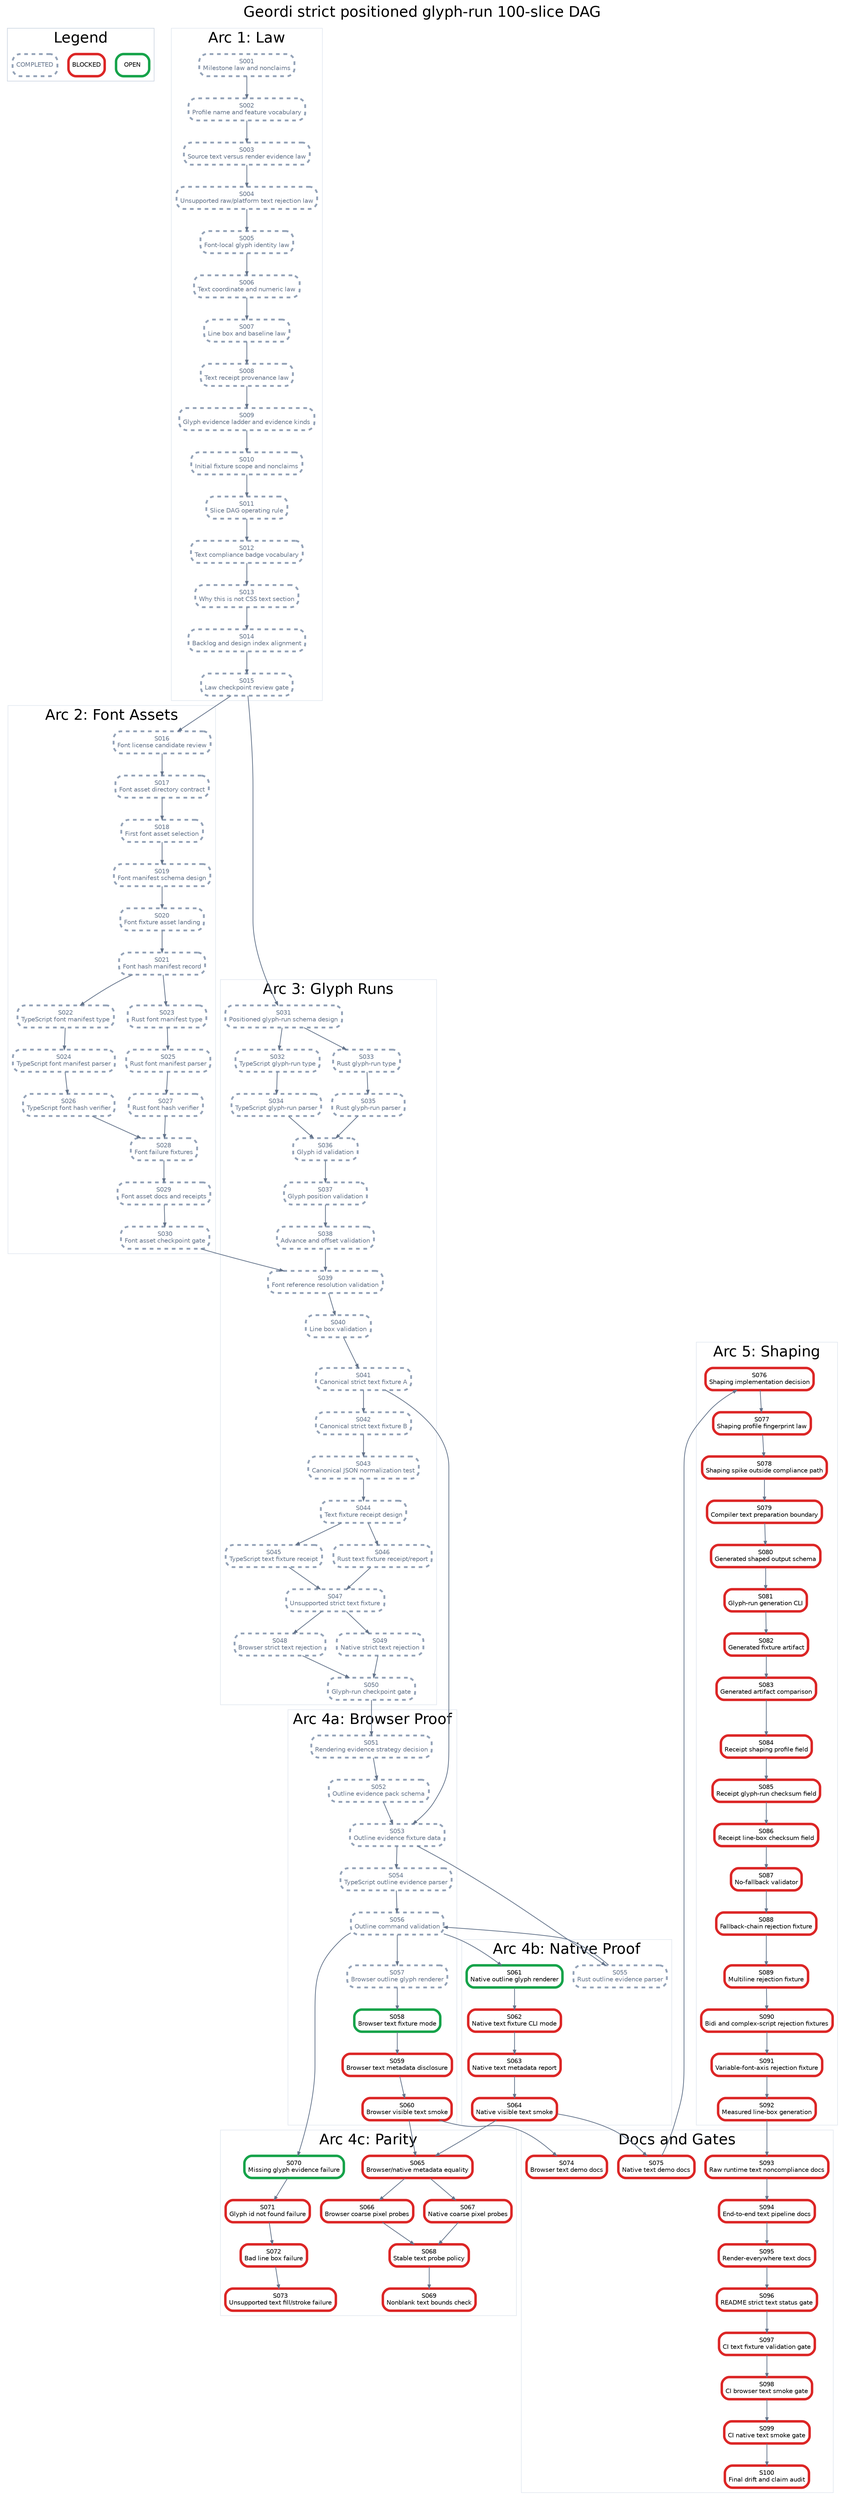
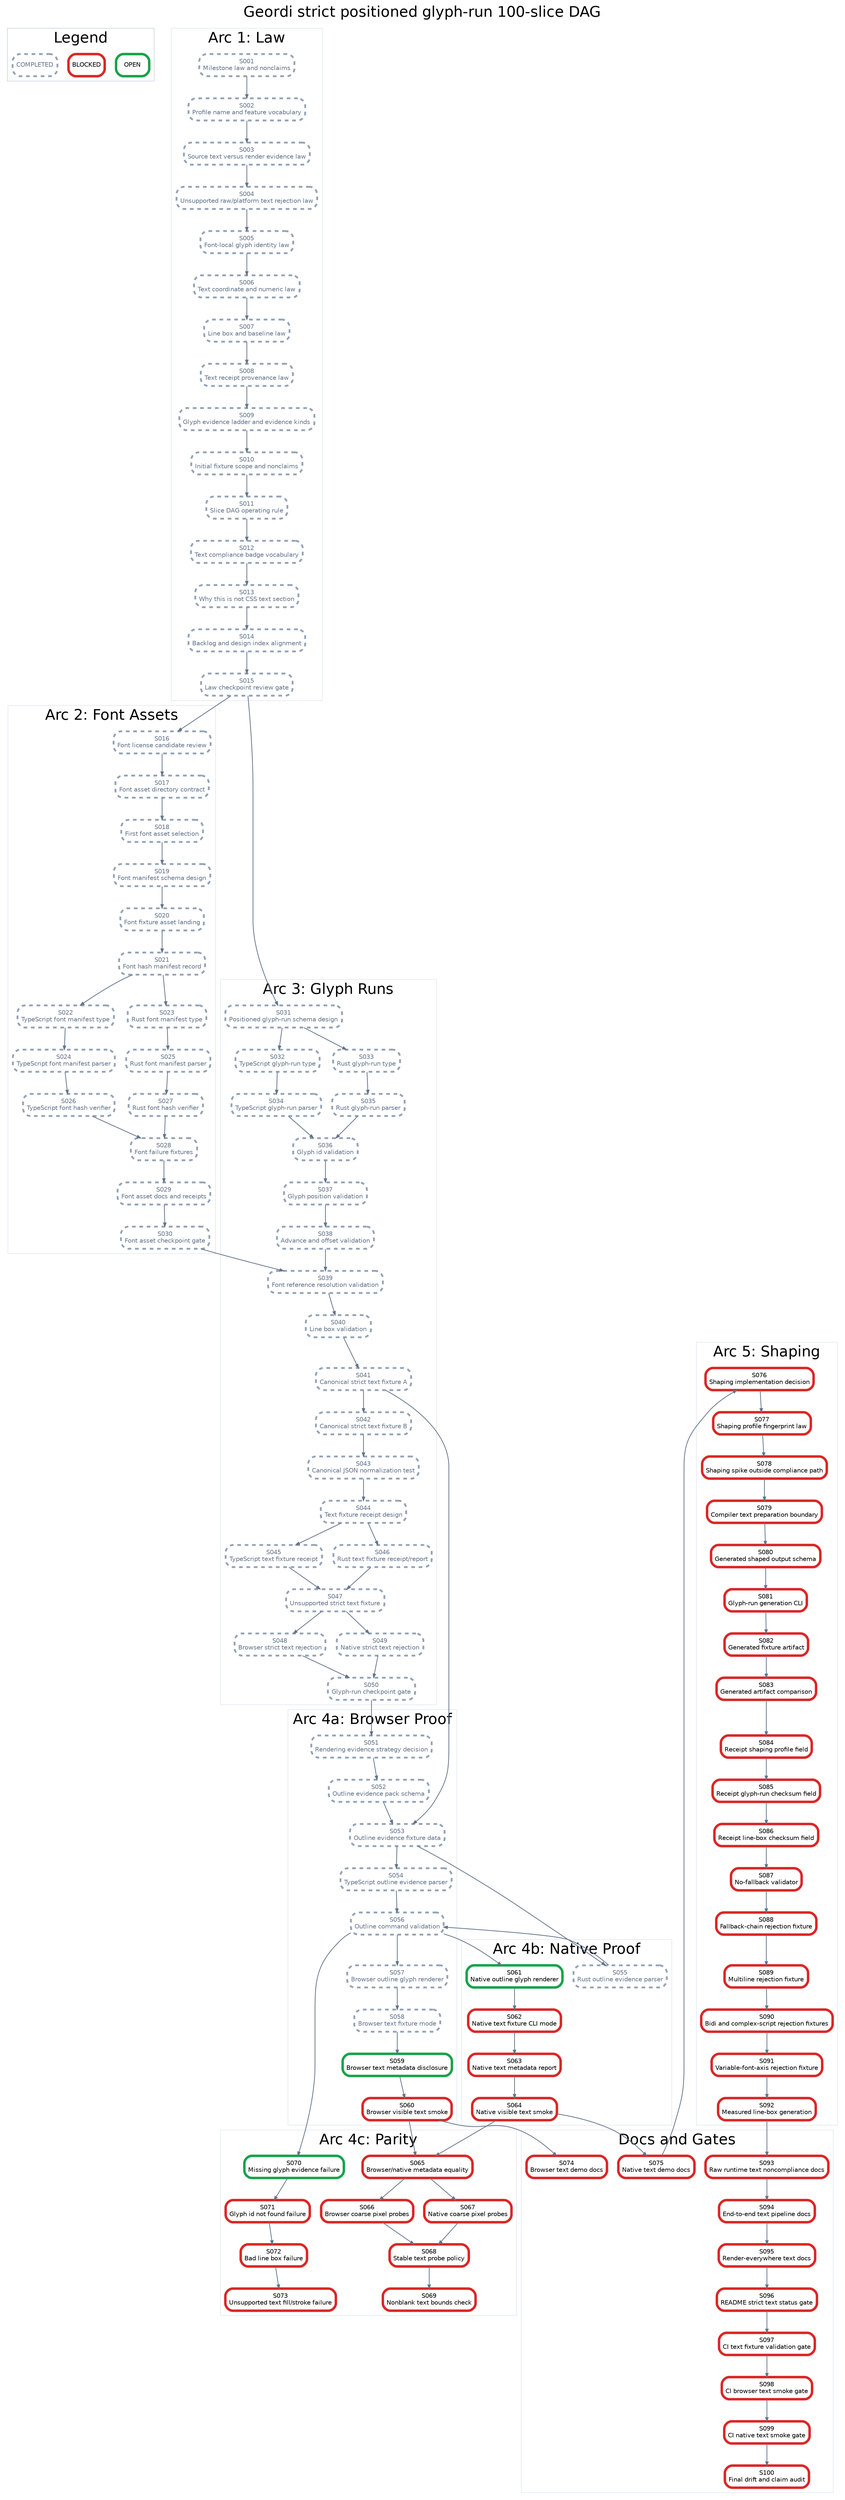
digraph StrictPositionedGlyphRunPlan {
  graph [rankdir=TB, bgcolor="white", fontname="Helvetica", label="Geordi strict positioned glyph-run 100-slice DAG", labelloc="t", fontsize=24];
  node [shape=box, style="rounded,filled", fillcolor="white", fontname="Helvetica", fontsize=10, margin="0.08,0.05"];
  edge [color="#64748b", arrowsize=0.6, penwidth=1.2];

  subgraph cluster_legend {
    label="Legend";
    color="#cbd5e1";
    legend_open [label="OPEN", color="#16a34a", penwidth=4];
    legend_blocked [label="BLOCKED", color="#dc2626", penwidth=4];
    legend_done [label="COMPLETED", color="#94a3b8", penwidth=3, style="rounded,filled,dashed", fontcolor="#64748b"];
  }

  subgraph cluster_law {
    label="Arc 1: Law";
    color="#e2e8f0";
    S001 [label="S001\nMilestone law and nonclaims", color="#94a3b8", penwidth=3, style="rounded,filled,dashed", fontcolor="#64748b"];
    S002 [label="S002\nProfile name and feature vocabulary", color="#94a3b8", penwidth=3, style="rounded,filled,dashed", fontcolor="#64748b"];
    S003 [label="S003\nSource text versus render evidence law", color="#94a3b8", penwidth=3, style="rounded,filled,dashed", fontcolor="#64748b"];
    S004 [label="S004\nUnsupported raw/platform text rejection law", color="#94a3b8", penwidth=3, style="rounded,filled,dashed", fontcolor="#64748b"];
    S005 [label="S005\nFont-local glyph identity law", color="#94a3b8", penwidth=3, style="rounded,filled,dashed", fontcolor="#64748b"];
    S006 [label="S006\nText coordinate and numeric law", color="#94a3b8", penwidth=3, style="rounded,filled,dashed", fontcolor="#64748b"];
    S007 [label="S007\nLine box and baseline law", color="#94a3b8", penwidth=3, style="rounded,filled,dashed", fontcolor="#64748b"];
    S008 [label="S008\nText receipt provenance law", color="#94a3b8", penwidth=3, style="rounded,filled,dashed", fontcolor="#64748b"];
    S009 [label="S009\nGlyph evidence ladder and evidence kinds", color="#94a3b8", penwidth=3, style="rounded,filled,dashed", fontcolor="#64748b"];
    S010 [label="S010\nInitial fixture scope and nonclaims", color="#94a3b8", penwidth=3, style="rounded,filled,dashed", fontcolor="#64748b"];
    S011 [label="S011\nSlice DAG operating rule", color="#94a3b8", penwidth=3, style="rounded,filled,dashed", fontcolor="#64748b"];
    S012 [label="S012\nText compliance badge vocabulary", color="#94a3b8", penwidth=3, style="rounded,filled,dashed", fontcolor="#64748b"];
    S013 [label="S013\nWhy this is not CSS text section", color="#94a3b8", penwidth=3, style="rounded,filled,dashed", fontcolor="#64748b"];
    S014 [label="S014\nBacklog and design index alignment", color="#94a3b8", penwidth=3, style="rounded,filled,dashed", fontcolor="#64748b"];
    S015 [label="S015\nLaw checkpoint review gate", color="#94a3b8", penwidth=3, style="rounded,filled,dashed", fontcolor="#64748b"];
  }

  subgraph cluster_assets {
    label="Arc 2: Font Assets";
    color="#e2e8f0";
    S016 [label="S016\nFont license candidate review", color="#94a3b8", penwidth=3, style="rounded,filled,dashed", fontcolor="#64748b"];
    S017 [label="S017\nFont asset directory contract", color="#94a3b8", penwidth=3, style="rounded,filled,dashed", fontcolor="#64748b"];
    S018 [label="S018\nFirst font asset selection", color="#94a3b8", penwidth=3, style="rounded,filled,dashed", fontcolor="#64748b"];
    S019 [label="S019\nFont manifest schema design", color="#94a3b8", penwidth=3, style="rounded,filled,dashed", fontcolor="#64748b"];
    S020 [label="S020\nFont fixture asset landing", color="#94a3b8", penwidth=3, style="rounded,filled,dashed", fontcolor="#64748b"];
    S021 [label="S021\nFont hash manifest record", color="#94a3b8", penwidth=3, style="rounded,filled,dashed", fontcolor="#64748b"];
    S022 [label="S022\nTypeScript font manifest type", color="#94a3b8", penwidth=3, style="rounded,filled,dashed", fontcolor="#64748b"];
    S023 [label="S023\nRust font manifest type", color="#94a3b8", penwidth=3, style="rounded,filled,dashed", fontcolor="#64748b"];
    S024 [label="S024\nTypeScript font manifest parser", color="#94a3b8", penwidth=3, style="rounded,filled,dashed", fontcolor="#64748b"];
    S025 [label="S025\nRust font manifest parser", color="#94a3b8", penwidth=3, style="rounded,filled,dashed", fontcolor="#64748b"];
    S026 [label="S026\nTypeScript font hash verifier", color="#94a3b8", penwidth=3, style="rounded,filled,dashed", fontcolor="#64748b"];
    S027 [label="S027\nRust font hash verifier", color="#94a3b8", penwidth=3, style="rounded,filled,dashed", fontcolor="#64748b"];
    S028 [label="S028\nFont failure fixtures", color="#94a3b8", penwidth=3, style="rounded,filled,dashed", fontcolor="#64748b"];
    S029 [label="S029\nFont asset docs and receipts", color="#94a3b8", penwidth=3, style="rounded,filled,dashed", fontcolor="#64748b"];
    S030 [label="S030\nFont asset checkpoint gate", color="#94a3b8", penwidth=3, style="rounded,filled,dashed", fontcolor="#64748b"];
  }

  subgraph cluster_glyph {
    label="Arc 3: Glyph Runs";
    color="#e2e8f0";
    S031 [label="S031\nPositioned glyph-run schema design", color="#94a3b8", penwidth=3, style="rounded,filled,dashed", fontcolor="#64748b"];
    S032 [label="S032\nTypeScript glyph-run type", color="#94a3b8", penwidth=3, style="rounded,filled,dashed", fontcolor="#64748b"];
    S033 [label="S033\nRust glyph-run type", color="#94a3b8", penwidth=3, style="rounded,filled,dashed", fontcolor="#64748b"];
    S034 [label="S034\nTypeScript glyph-run parser", color="#94a3b8", penwidth=3, style="rounded,filled,dashed", fontcolor="#64748b"];
    S035 [label="S035\nRust glyph-run parser", color="#94a3b8", penwidth=3, style="rounded,filled,dashed", fontcolor="#64748b"];
    S036 [label="S036\nGlyph id validation", color="#94a3b8", penwidth=3, style="rounded,filled,dashed", fontcolor="#64748b"];
    S037 [label="S037\nGlyph position validation", color="#94a3b8", penwidth=3, style="rounded,filled,dashed", fontcolor="#64748b"];
    S038 [label="S038\nAdvance and offset validation", color="#94a3b8", penwidth=3, style="rounded,filled,dashed", fontcolor="#64748b"];
    S039 [label="S039\nFont reference resolution validation", color="#94a3b8", penwidth=3, style="rounded,filled,dashed", fontcolor="#64748b"];
    S040 [label="S040\nLine box validation", color="#94a3b8", penwidth=3, style="rounded,filled,dashed", fontcolor="#64748b"];
    S041 [label="S041\nCanonical strict text fixture A", color="#94a3b8", penwidth=3, style="rounded,filled,dashed", fontcolor="#64748b"];
    S042 [label="S042\nCanonical strict text fixture B", color="#94a3b8", penwidth=3, style="rounded,filled,dashed", fontcolor="#64748b"];
    S043 [label="S043\nCanonical JSON normalization test", color="#94a3b8", penwidth=3, style="rounded,filled,dashed", fontcolor="#64748b"];
    S044 [label="S044\nText fixture receipt design", color="#94a3b8", penwidth=3, style="rounded,filled,dashed", fontcolor="#64748b"];
    S045 [label="S045\nTypeScript text fixture receipt", color="#94a3b8", penwidth=3, style="rounded,filled,dashed", fontcolor="#64748b"];
    S046 [label="S046\nRust text fixture receipt/report", color="#94a3b8", penwidth=3, style="rounded,filled,dashed", fontcolor="#64748b"];
    S047 [label="S047\nUnsupported strict text fixture", color="#94a3b8", penwidth=3, style="rounded,filled,dashed", fontcolor="#64748b"];
    S048 [label="S048\nBrowser strict text rejection", color="#94a3b8", penwidth=3, style="rounded,filled,dashed", fontcolor="#64748b"];
    S049 [label="S049\nNative strict text rejection", color="#94a3b8", penwidth=3, style="rounded,filled,dashed", fontcolor="#64748b"];
    S050 [label="S050\nGlyph-run checkpoint gate", color="#94a3b8", penwidth=3, style="rounded,filled,dashed", fontcolor="#64748b"];
  }

  subgraph cluster_browser {
    label="Arc 4a: Browser Proof";
    color="#e2e8f0";
    S051 [label="S051\nRendering evidence strategy decision", color="#94a3b8", penwidth=3, style="rounded,filled,dashed", fontcolor="#64748b"];
    S052 [label="S052\nOutline evidence pack schema", color="#94a3b8", penwidth=3, style="rounded,filled,dashed", fontcolor="#64748b"];
    S053 [label="S053\nOutline evidence fixture data", color="#94a3b8", penwidth=3, style="rounded,filled,dashed", fontcolor="#64748b"];
    S054 [label="S054\nTypeScript outline evidence parser", color="#94a3b8", penwidth=3, style="rounded,filled,dashed", fontcolor="#64748b"];
    S056 [label="S056\nOutline command validation", color="#94a3b8", penwidth=3, style="rounded,filled,dashed", fontcolor="#64748b"];
    S057 [label="S057\nBrowser outline glyph renderer", color="#94a3b8", penwidth=3, style="rounded,filled,dashed", fontcolor="#64748b"];
-     S058 [label="S058\nBrowser text fixture mode", color="#16a34a", penwidth=4];
-     S059 [label="S059\nBrowser text metadata disclosure", color="#dc2626", penwidth=4];
+     S058 [label="S058\nBrowser text fixture mode", color="#94a3b8", penwidth=3, style="rounded,filled,dashed", fontcolor="#64748b"];
+     S059 [label="S059\nBrowser text metadata disclosure", color="#16a34a", penwidth=4];
    S060 [label="S060\nBrowser visible text smoke", color="#dc2626", penwidth=4];
  }

  subgraph cluster_native {
    label="Arc 4b: Native Proof";
    color="#e2e8f0";
    S055 [label="S055\nRust outline evidence parser", color="#94a3b8", penwidth=3, style="rounded,filled,dashed", fontcolor="#64748b"];
    S061 [label="S061\nNative outline glyph renderer", color="#16a34a", penwidth=4];
    S062 [label="S062\nNative text fixture CLI mode", color="#dc2626", penwidth=4];
    S063 [label="S063\nNative text metadata report", color="#dc2626", penwidth=4];
    S064 [label="S064\nNative visible text smoke", color="#dc2626", penwidth=4];
  }

  subgraph cluster_parity {
    label="Arc 4c: Parity";
    color="#e2e8f0";
    S065 [label="S065\nBrowser/native metadata equality", color="#dc2626", penwidth=4];
    S066 [label="S066\nBrowser coarse pixel probes", color="#dc2626", penwidth=4];
    S067 [label="S067\nNative coarse pixel probes", color="#dc2626", penwidth=4];
    S068 [label="S068\nStable text probe policy", color="#dc2626", penwidth=4];
    S069 [label="S069\nNonblank text bounds check", color="#dc2626", penwidth=4];
    S070 [label="S070\nMissing glyph evidence failure", color="#16a34a", penwidth=4];
    S071 [label="S071\nGlyph id not found failure", color="#dc2626", penwidth=4];
    S072 [label="S072\nBad line box failure", color="#dc2626", penwidth=4];
    S073 [label="S073\nUnsupported text fill/stroke failure", color="#dc2626", penwidth=4];
  }

  subgraph cluster_shaping {
    label="Arc 5: Shaping";
    color="#e2e8f0";
    S076 [label="S076\nShaping implementation decision", color="#dc2626", penwidth=4];
    S077 [label="S077\nShaping profile fingerprint law", color="#dc2626", penwidth=4];
    S078 [label="S078\nShaping spike outside compliance path", color="#dc2626", penwidth=4];
    S079 [label="S079\nCompiler text preparation boundary", color="#dc2626", penwidth=4];
    S080 [label="S080\nGenerated shaped output schema", color="#dc2626", penwidth=4];
    S081 [label="S081\nGlyph-run generation CLI", color="#dc2626", penwidth=4];
    S082 [label="S082\nGenerated fixture artifact", color="#dc2626", penwidth=4];
    S083 [label="S083\nGenerated artifact comparison", color="#dc2626", penwidth=4];
    S084 [label="S084\nReceipt shaping profile field", color="#dc2626", penwidth=4];
    S085 [label="S085\nReceipt glyph-run checksum field", color="#dc2626", penwidth=4];
    S086 [label="S086\nReceipt line-box checksum field", color="#dc2626", penwidth=4];
    S087 [label="S087\nNo-fallback validator", color="#dc2626", penwidth=4];
    S088 [label="S088\nFallback-chain rejection fixture", color="#dc2626", penwidth=4];
    S089 [label="S089\nMultiline rejection fixture", color="#dc2626", penwidth=4];
    S090 [label="S090\nBidi and complex-script rejection fixtures", color="#dc2626", penwidth=4];
    S091 [label="S091\nVariable-font-axis rejection fixture", color="#dc2626", penwidth=4];
    S092 [label="S092\nMeasured line-box generation", color="#dc2626", penwidth=4];
  }

  subgraph cluster_docs {
    label="Docs and Gates";
    color="#e2e8f0";
    S074 [label="S074\nBrowser text demo docs", color="#dc2626", penwidth=4];
    S075 [label="S075\nNative text demo docs", color="#dc2626", penwidth=4];
    S093 [label="S093\nRaw runtime text noncompliance docs", color="#dc2626", penwidth=4];
    S094 [label="S094\nEnd-to-end text pipeline docs", color="#dc2626", penwidth=4];
    S095 [label="S095\nRender-everywhere text docs", color="#dc2626", penwidth=4];
    S096 [label="S096\nREADME strict text status gate", color="#dc2626", penwidth=4];
    S097 [label="S097\nCI text fixture validation gate", color="#dc2626", penwidth=4];
    S098 [label="S098\nCI browser text smoke gate", color="#dc2626", penwidth=4];
    S099 [label="S099\nCI native text smoke gate", color="#dc2626", penwidth=4];
    S100 [label="S100\nFinal drift and claim audit", color="#dc2626", penwidth=4];
  }

  S001 -> S002;
  S002 -> S003;
  S003 -> S004;
  S004 -> S005;
  S005 -> S006;
  S006 -> S007;
  S007 -> S008;
  S008 -> S009;
  S009 -> S010;
  S010 -> S011;
  S011 -> S012;
  S012 -> S013;
  S013 -> S014;
  S014 -> S015;
  S015 -> S016;
  S016 -> S017;
  S017 -> S018;
  S018 -> S019;
  S019 -> S020;
  S020 -> S021;
  S021 -> S022;
  S021 -> S023;
  S022 -> S024;
  S023 -> S025;
  S024 -> S026;
  S025 -> S027;
  S026 -> S028;
  S027 -> S028;
  S028 -> S029;
  S029 -> S030;
  S015 -> S031;
  S031 -> S032;
  S031 -> S033;
  S032 -> S034;
  S033 -> S035;
  S034 -> S036;
  S035 -> S036;
  S036 -> S037;
  S037 -> S038;
  S038 -> S039;
  S039 -> S040;
  S030 -> S039;
  S040 -> S041;
  S041 -> S042;
  S042 -> S043;
  S043 -> S044;
  S044 -> S045;
  S044 -> S046;
  S045 -> S047;
  S046 -> S047;
  S047 -> S048;
  S047 -> S049;
  S048 -> S050;
  S049 -> S050;
  S050 -> S051;
  S051 -> S052;
  S052 -> S053;
  S041 -> S053;
  S053 -> S054;
  S053 -> S055;
  S054 -> S056;
  S055 -> S056;
  S056 -> S057;
  S057 -> S058;
  S058 -> S059;
  S059 -> S060;
  S056 -> S061;
  S061 -> S062;
  S062 -> S063;
  S063 -> S064;
  S060 -> S065;
  S064 -> S065;
  S065 -> S066;
  S065 -> S067;
  S066 -> S068;
  S067 -> S068;
  S068 -> S069;
  S056 -> S070;
  S070 -> S071;
  S071 -> S072;
  S072 -> S073;
  S060 -> S074;
  S064 -> S075;
  S075 -> S076;
  S076 -> S077;
  S077 -> S078;
  S078 -> S079;
  S079 -> S080;
  S080 -> S081;
  S081 -> S082;
  S082 -> S083;
  S083 -> S084;
  S084 -> S085;
  S085 -> S086;
  S086 -> S087;
  S087 -> S088;
  S088 -> S089;
  S089 -> S090;
  S090 -> S091;
  S091 -> S092;
  S092 -> S093;
  S093 -> S094;
  S094 -> S095;
  S095 -> S096;
  S096 -> S097;
  S097 -> S098;
  S098 -> S099;
  S099 -> S100;
}
